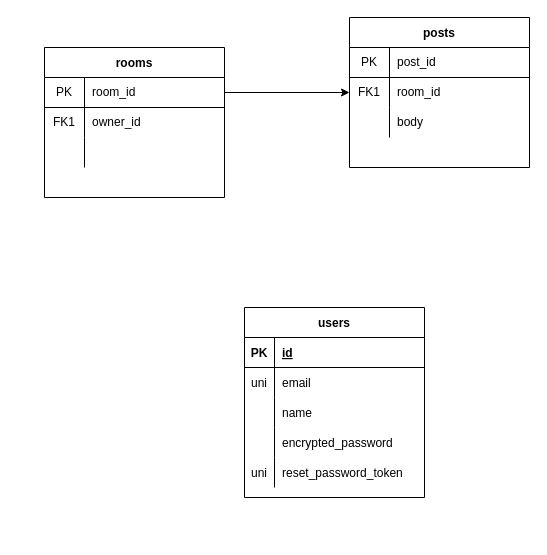
The draw.io diagram EntryRelation.drawio in Terufuji3/ANONIM, before the edit. Source tidied: cells renumbered, new cells numbered last; positions are measured from the earlier drawing's top-left corner, leaving out a move shared by most shapes. Both pictures are drawn from the tidied source at 100%, with x=0, y=0 at pixel (44, 17).
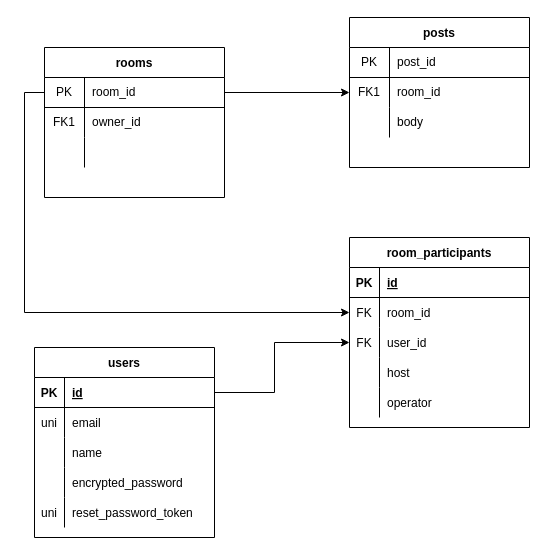
The same page after the edit.

Commit message:
EntryRelation.drawio を更新します

The change refers to these unchanged cells:
```xml
<mxCell id="3" style="shape=partialRectangle;html=1;whiteSpace=wrap;fillColor=none;top=0;left=0;bottom=1;right=0;points=[[0,0.5],[1,0.5]];portConstraint=eastwest;" parent="2" vertex="1">
  <mxGeometry y="30" width="180" height="30" as="geometry" />
</mxCell>
<mxCell id="24" style="shape=tableRow;horizontal=0;startSize=0;swimlaneHead=0;swimlaneBody=0;fillColor=none;points=[[0,0.5],[1,0.5]];portConstraint=eastwest;top=0;left=0;right=0;bottom=1;" parent="23" vertex="1">
  <mxGeometry y="30" width="180" height="30" as="geometry" />
</mxCell>
```

Diff of the diagram source:
```diff
@@
+    <mxCell id="39" style="edgeStyle=orthogonalEdgeStyle;rounded=0;jettySize=auto;html=1;exitX=1;exitY=0.5;exitDx=0;exitDy=0;entryX=0;entryY=0.5;entryDx=0;entryDy=0;" parent="1" edge="1" source="24" target="47">
+      <mxGeometry relative="1" as="geometry">
+        <Array as="points">
+          <mxPoint x="230" y="375" />
+          <mxPoint x="230" y="325" />
+        </Array>
+      </mxGeometry>
+    </mxCell>
     <mxCell id="23" value="users" style="shape=table;startSize=30;childLayout=tableLayout;rowLines=0;fontStyle=1;align=center;" parent="1" vertex="1">
-      <mxGeometry x="200" y="290" width="180" height="190" as="geometry" />
+      <mxGeometry x="-10" y="330" width="180" height="190" as="geometry" />
     </mxCell>
@@
+    <mxCell id="40" value="room_participants" style="shape=table;startSize=30;childLayout=tableLayout;rowLines=0;fontStyle=1;align=center;" parent="1" vertex="1">
+      <mxGeometry x="305" y="220" width="180" height="190" as="geometry" />
+    </mxCell>
+    <mxCell id="41" style="shape=tableRow;horizontal=0;startSize=0;swimlaneHead=0;swimlaneBody=0;fillColor=none;top=0;left=0;right=0;bottom=1;" parent="40" vertex="1">
+      <mxGeometry y="30" width="180" height="30" as="geometry" />
+    </mxCell>
+    <mxCell id="42" value="PK" style="shape=partialRectangle;fillColor=none;top=0;left=0;bottom=0;right=0;fontStyle=1;overflow=hidden;" parent="41" vertex="1">
+      <mxGeometry width="30" height="30" as="geometry" />
+    </mxCell>
+    <mxCell id="43" value="id" style="shape=partialRectangle;fillColor=none;top=0;left=0;bottom=0;right=0;align=left;spacingLeft=6;fontStyle=5;overflow=hidden;" parent="41" vertex="1">
+      <mxGeometry x="30" width="150" height="30" as="geometry" />
+    </mxCell>
+    <mxCell id="44" style="shape=tableRow;horizontal=0;startSize=0;swimlaneHead=0;swimlaneBody=0;fillColor=none;points=[[0,0.5],[1,0.5]];portConstraint=eastwest;top=0;left=0;right=0;bottom=0;" parent="40" vertex="1">
+      <mxGeometry y="60" width="180" height="30" as="geometry" />
+    </mxCell>
+    <mxCell id="45" value="FK" style="shape=partialRectangle;fillColor=none;top=0;left=0;bottom=0;right=0;overflow=hidden;" parent="44" vertex="1">
+      <mxGeometry width="30" height="30" as="geometry" />
+    </mxCell>
+    <mxCell id="46" value="room_id    " style="shape=partialRectangle;fillColor=none;top=0;left=0;bottom=0;right=0;align=left;spacingLeft=6;overflow=hidden;" parent="44" vertex="1">
+      <mxGeometry x="30" width="150" height="30" as="geometry" />
+    </mxCell>
+    <mxCell id="47" style="shape=tableRow;horizontal=0;startSize=0;swimlaneHead=0;swimlaneBody=0;fillColor=none;points=[[0,0.5],[1,0.5]];portConstraint=eastwest;top=0;left=0;right=0;bottom=0;" parent="40" vertex="1">
+      <mxGeometry y="90" width="180" height="30" as="geometry" />
+    </mxCell>
+    <mxCell id="48" value="FK" style="shape=partialRectangle;fillColor=none;top=0;left=0;bottom=0;right=0;overflow=hidden;" parent="47" vertex="1">
+      <mxGeometry width="30" height="30" as="geometry" />
+    </mxCell>
+    <mxCell id="49" value="user_id" style="shape=partialRectangle;fillColor=none;top=0;left=0;bottom=0;right=0;align=left;spacingLeft=6;overflow=hidden;" parent="47" vertex="1">
+      <mxGeometry x="30" width="150" height="30" as="geometry" />
+    </mxCell>
+    <mxCell id="50" style="shape=tableRow;horizontal=0;startSize=0;swimlaneHead=0;swimlaneBody=0;fillColor=none;top=0;left=0;right=0;bottom=0;" parent="40" vertex="1">
+      <mxGeometry y="120" width="180" height="30" as="geometry" />
+    </mxCell>
+    <mxCell id="51" style="shape=partialRectangle;fillColor=none;top=0;left=0;bottom=0;right=0;overflow=hidden;" parent="50" vertex="1">
+      <mxGeometry width="30" height="30" as="geometry" />
+    </mxCell>
+    <mxCell id="52" value="host" style="shape=partialRectangle;fillColor=none;top=0;left=0;bottom=0;right=0;align=left;spacingLeft=6;overflow=hidden;" parent="50" vertex="1">
+      <mxGeometry x="30" width="150" height="30" as="geometry" />
+    </mxCell>
+    <mxCell id="53" style="shape=tableRow;horizontal=0;startSize=0;swimlaneHead=0;swimlaneBody=0;fillColor=none;top=0;left=0;right=0;bottom=0;" parent="40" vertex="1">
+      <mxGeometry y="150" width="180" height="30" as="geometry" />
+    </mxCell>
+    <mxCell id="54" style="shape=partialRectangle;fillColor=none;top=0;left=0;bottom=0;right=0;overflow=hidden;" parent="53" vertex="1">
+      <mxGeometry width="30" height="30" as="geometry" />
+    </mxCell>
+    <mxCell id="55" value="operator" style="shape=partialRectangle;fillColor=none;top=0;left=0;bottom=0;right=0;align=left;spacingLeft=6;overflow=hidden;" parent="53" vertex="1">
+      <mxGeometry x="30" width="150" height="30" as="geometry" />
+    </mxCell>
+    <mxCell id="56" style="edgeStyle=orthogonalEdgeStyle;rounded=0;jettySize=auto;html=1;exitX=0;exitY=0.5;exitDx=0;exitDy=0;entryX=0;entryY=0.5;entryDx=0;entryDy=0;" parent="1" edge="1" source="3" target="44">
+      <mxGeometry relative="1" as="geometry" />
+    </mxCell>
```
